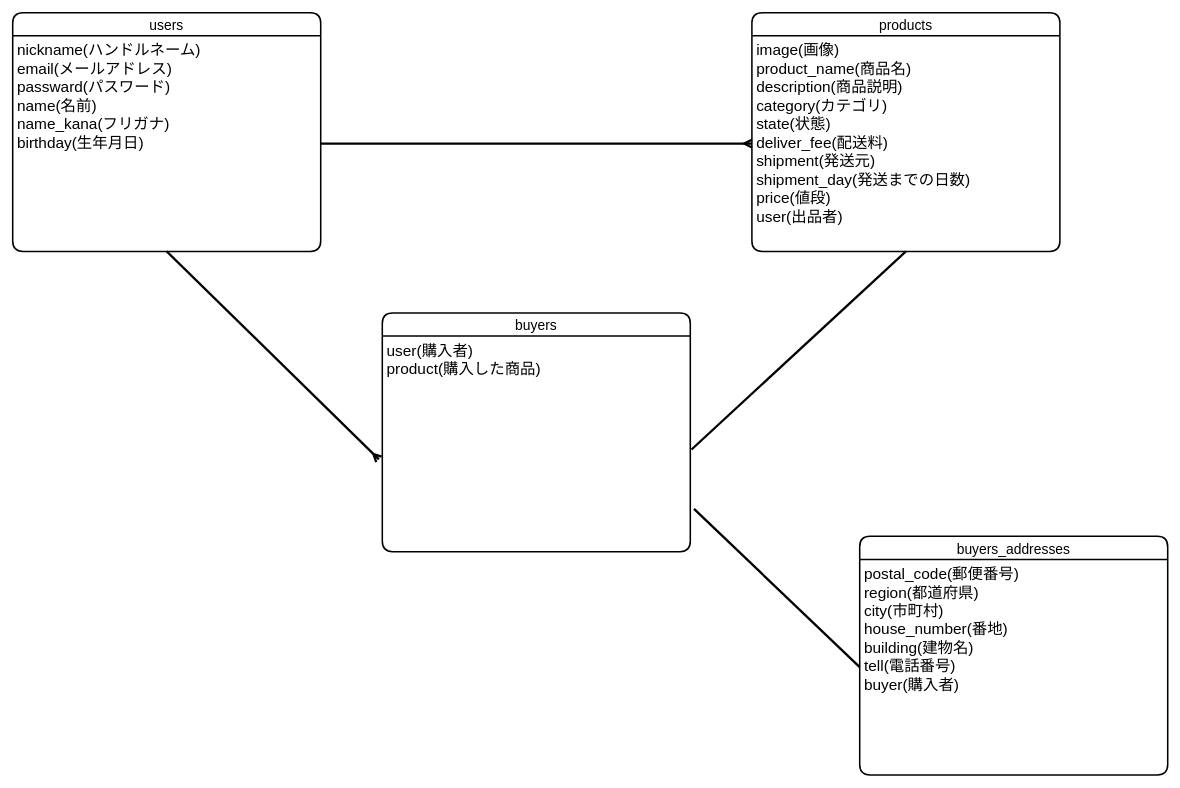
Earlier version of the draw.io diagram ER.dio (saiki0818/furima-33940). Source tidied: cells renumbered, new cells numbered last; positions are measured from the earlier drawing's top-left corner, leaving out a move shared by most shapes. Both pictures are drawn from the tidied source at 77%, with x=0, y=0 at pixel (12, 12).
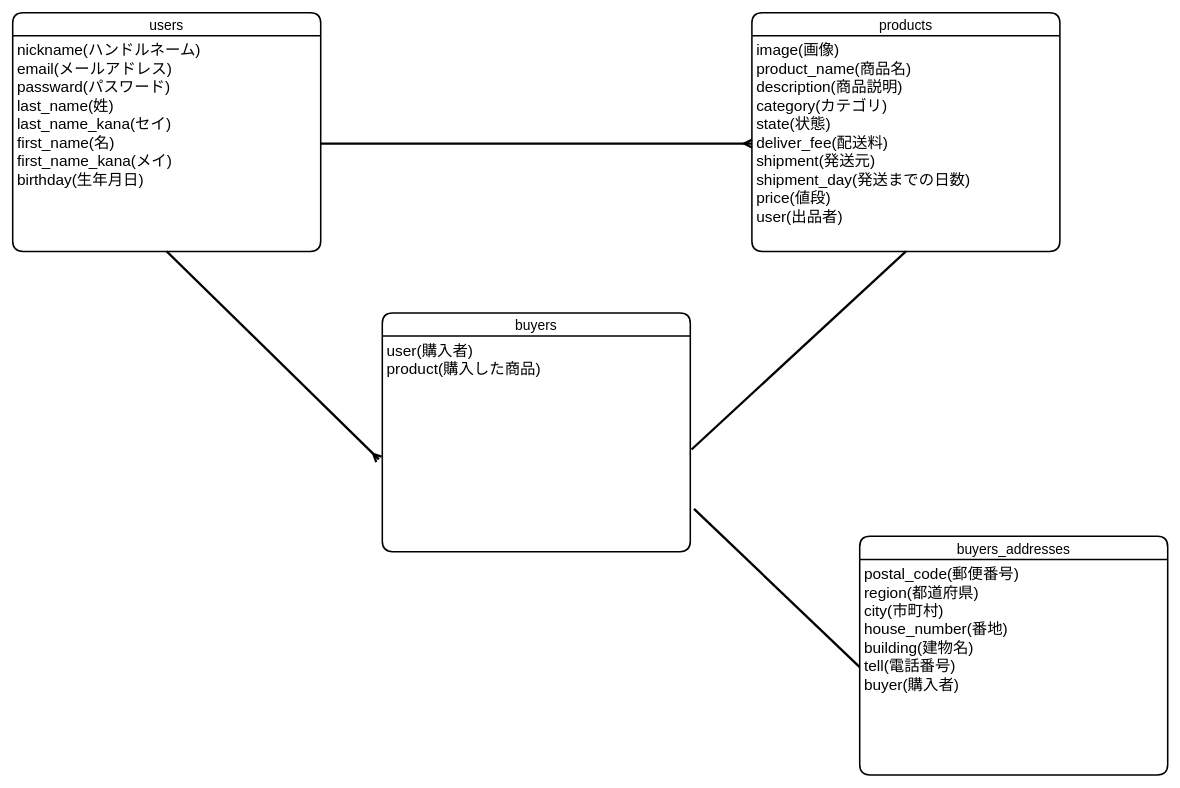
The same diagram, later.

The edit, as a diff of the source:
```diff
@@
 <mxGraphModel>
   <root>
     <mxCell id="0" />
     <mxCell id="1" parent="0" />
     <mxCell id="2" value="users" style="swimlane;horizontal=1;startSize=30;rounded=1;fontSize=18;fontStyle=0;strokeWidth=2;shadow=0;dashed=0;align=center;direction=east;" parent="1" vertex="1">
       <mxGeometry width="400" height="310" as="geometry" />
     </mxCell>
-    <mxCell id="3" value="nickname(ハンドルネーム)&#10;email(メールアドレス)&#10;passward(パスワード)&#10;name(名前)&#10;name_kana(フリガナ)&#10;birthday(生年月日)" style="align=left;strokeColor=none;fillColor=none;spacingLeft=4;fontSize=20;verticalAlign=top;" parent="2" vertex="1">
+    <mxCell id="3" value="nickname(ハンドルネーム)&#10;email(メールアドレス)&#10;passward(パスワード)&#10;last_name(姓)&#10;last_name_kana(セイ)&#10;first_name(名)&#10;first_name_kana(メイ)&#10;birthday(生年月日)" style="align=left;strokeColor=none;fillColor=none;spacingLeft=4;fontSize=20;verticalAlign=top;" parent="2" vertex="1">
       <mxGeometry y="30" width="400" height="280" as="geometry" />
     </mxCell>
     <mxCell id="4" value="products" style="swimlane;horizontal=1;startSize=30;rounded=1;fontSize=18;fontStyle=0;strokeWidth=2;shadow=0;dashed=0;align=center;fillColor=none;" parent="1" vertex="1">
       <mxGeometry x="960" width="400" height="310" as="geometry" />
     </mxCell>
     <mxCell id="5" value="image(画像)&#10;product_name(商品名)&#10;description(商品説明)&#10;category(カテゴリ)&#10;state(状態)&#10;deliver_fee(配送料)&#10;shipment(発送元)&#10;shipment_day(発送までの日数)&#10;price(値段)&#10;user(出品者)" style="align=left;strokeColor=none;fillColor=none;spacingLeft=4;fontSize=20;verticalAlign=top;" parent="4" vertex="1">
       <mxGeometry y="30" width="400" height="280" as="geometry" />
     </mxCell>
     <mxCell id="6" value="buyers" style="swimlane;horizontal=1;startSize=30;rounded=1;fontSize=18;fontStyle=0;strokeWidth=2;shadow=0;dashed=0;align=center;" parent="1" vertex="1">
       <mxGeometry x="480" y="390" width="400" height="310" as="geometry" />
     </mxCell>
     <mxCell id="7" value="user(購入者)&#10;product(購入した商品)" style="align=left;strokeColor=none;fillColor=none;spacingLeft=4;fontSize=20;verticalAlign=top;" parent="6" vertex="1">
       <mxGeometry y="30" width="400" height="280" as="geometry" />
     </mxCell>
     <mxCell id="8" style="rounded=0;jettySize=auto;html=1;exitX=1;exitY=0.5;exitDx=0;exitDy=0;strokeWidth=3;startArrow=none;endArrow=ERmany;endFill=0;startFill=0;entryX=0;entryY=0.5;entryDx=0;entryDy=0;" parent="1" edge="1" source="3" target="5">
       <mxGeometry relative="1" as="geometry" />
     </mxCell>
     <mxCell id="9" style="edgeStyle=none;rounded=0;jettySize=auto;html=1;exitX=0.5;exitY=1;exitDx=0;exitDy=0;entryX=1.004;entryY=0.526;entryDx=0;entryDy=0;entryPerimeter=0;startArrow=none;startFill=0;endArrow=none;endFill=0;strokeWidth=3;" parent="1" edge="1" source="5" target="7">
       <mxGeometry relative="1" as="geometry" />
     </mxCell>
     <mxCell id="10" style="edgeStyle=none;rounded=0;jettySize=auto;html=1;exitX=0.5;exitY=1;exitDx=0;exitDy=0;entryX=-0.011;entryY=0.572;entryDx=0;entryDy=0;entryPerimeter=0;startArrow=none;startFill=0;endArrow=ERmany;endFill=0;strokeWidth=3;" parent="1" edge="1" source="3" target="7">
       <mxGeometry relative="1" as="geometry" />
     </mxCell>
     <mxCell id="11" value="buyers_addresses" style="swimlane;horizontal=1;startSize=30;rounded=1;fontSize=18;fontStyle=0;strokeWidth=2;shadow=0;dashed=0;align=center;" parent="1" vertex="1">
       <mxGeometry x="1100" y="680" width="400" height="310" as="geometry" />
     </mxCell>
     <mxCell id="12" value="postal_code(郵便番号)&#10;region(都道府県)&#10;city(市町村)&#10;house_number(番地)&#10;building(建物名)&#10;tell(電話番号)&#10;buyer(購入者)" style="align=left;strokeColor=none;fillColor=none;spacingLeft=4;fontSize=20;verticalAlign=top;" parent="11" vertex="1">
       <mxGeometry y="30" width="400" height="280" as="geometry" />
     </mxCell>
     <mxCell id="13" style="edgeStyle=none;rounded=0;jettySize=auto;html=1;exitX=0;exitY=0.5;exitDx=0;exitDy=0;entryX=1.012;entryY=0.801;entryDx=0;entryDy=0;entryPerimeter=0;startArrow=none;startFill=0;endArrow=none;endFill=0;strokeWidth=3;" parent="1" edge="1" source="12" target="7">
       <mxGeometry relative="1" as="geometry" />
     </mxCell>
   </root>
 </mxGraphModel>
```
